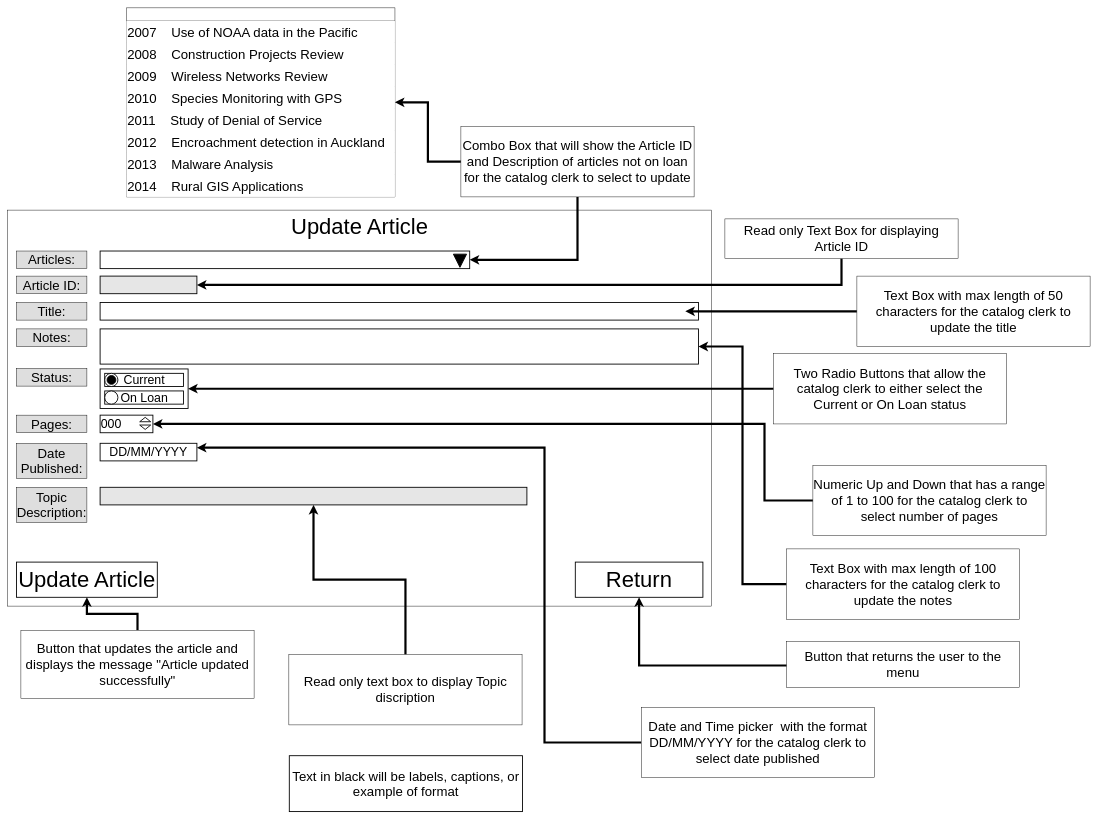
guywhohasagun/5603ass2 keeps this draw.io diagram as UpdateArticle.drawio. Above is the earlier version. Source tidied: cells renumbered, new cells numbered last; positions are measured from the earlier drawing's top-left corner, leaving out a move shared by most shapes. Both pictures are drawn from the tidied source at 44%, with x=0, y=0 at pixel (7, 7).
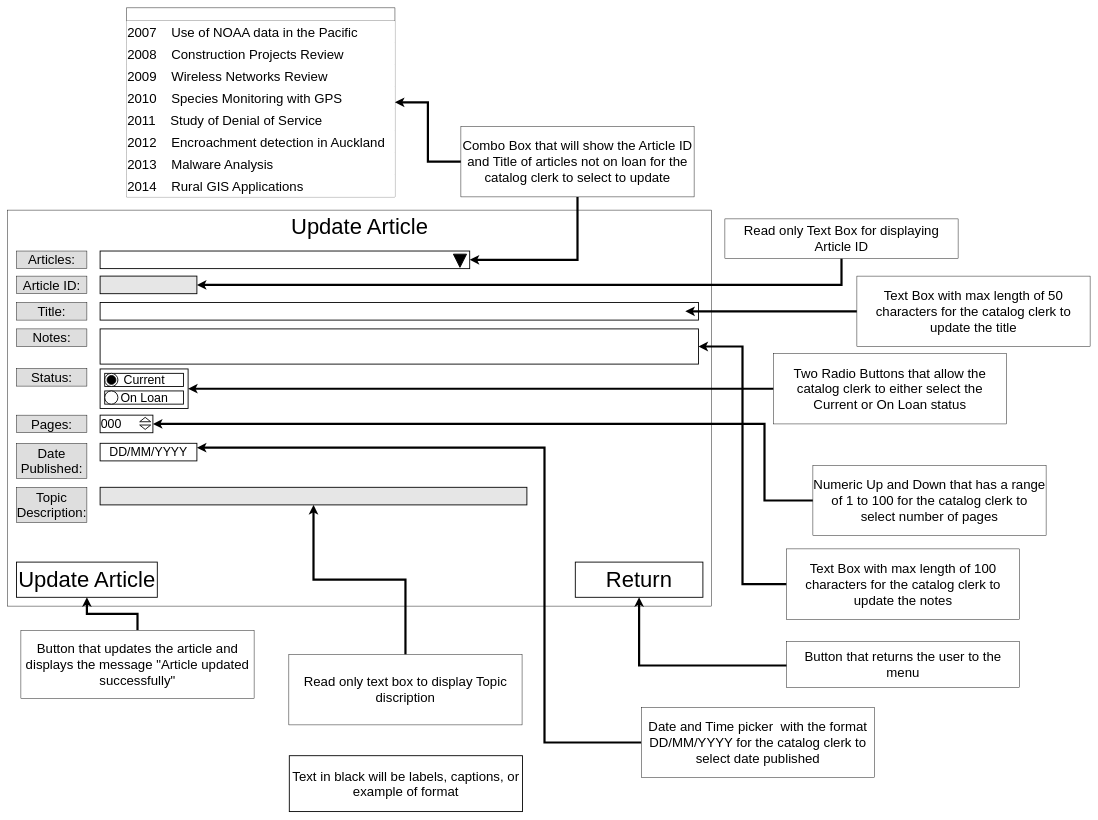
After the change.

The edit, as a diff of the source:
```diff
@@
-    <mxCell id="36" value="Combo Box that will show the Article ID and Description of articles not on loan for the catalog clerk to select to update" style="rounded=0;whiteSpace=wrap;html=1;fontSize=30;" parent="1" vertex="1">
+    <mxCell id="36" value="Combo Box that will show the Article ID and Title of articles not on loan for the catalog clerk to select to update" style="rounded=0;whiteSpace=wrap;html=1;fontSize=30;" parent="1" vertex="1">
       <mxGeometry x="1030" y="270" width="530" height="160" as="geometry" />
     </mxCell>
```
